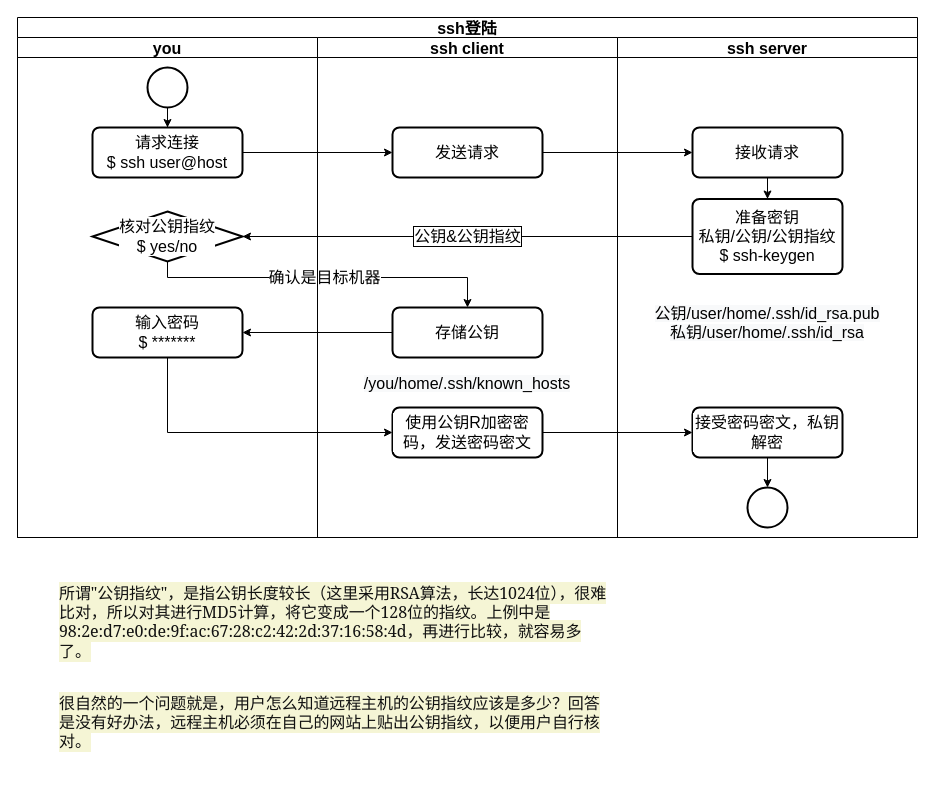
Above: ssh.drawio in RedFoxAtAsleep/app.diagram.net (draw.io), before the change. Source tidied: cells renumbered, new cells numbered last; positions are measured from the earlier drawing's top-left corner, leaving out a move shared by most shapes. Both pictures are drawn from the tidied source at 100%, with x=0, y=0 at pixel (17, 17).
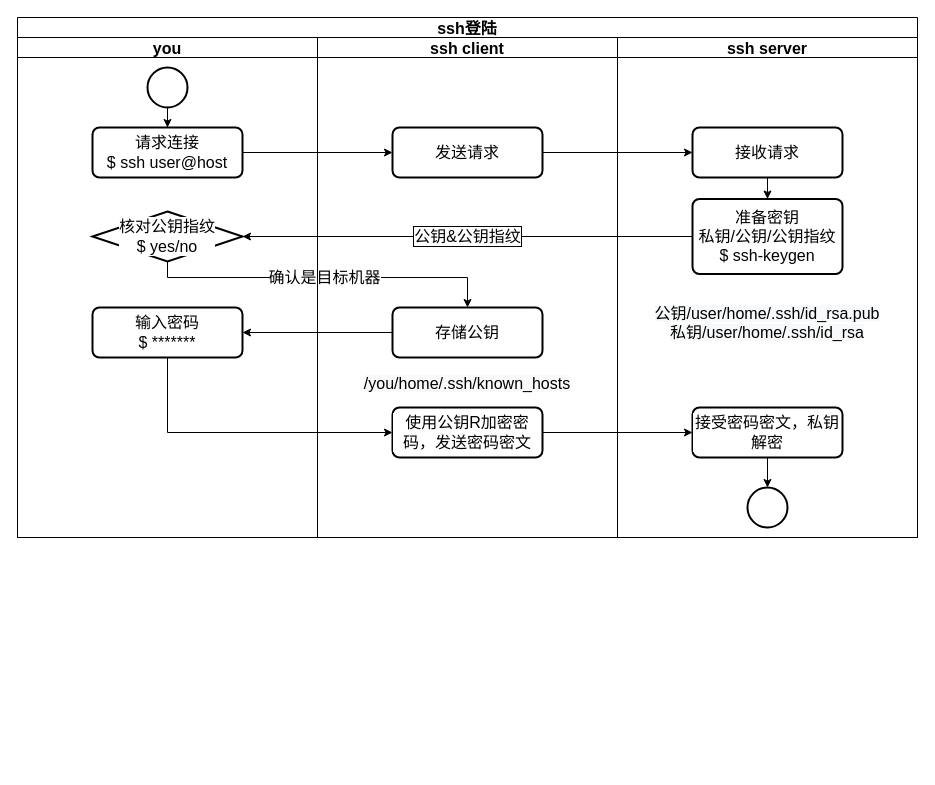
The same page after the edit.

What changed in the source:
```diff
@@
-    <mxCell id="29" value="&lt;span style=&quot;color: rgb(17, 17, 17); font-family: georgia, serif; font-size: 16px; font-style: normal; font-weight: 400; letter-spacing: -0.1px; text-align: left; text-indent: 0px; text-transform: none; word-spacing: 2px; background-color: rgb(245, 245, 213); display: inline; float: none;&quot;&gt;所谓&quot;公钥指纹&quot;，是指公钥长度较长（这里采用RSA算法，长达1024位），很难比对，所以对其进行MD5计算，将它变成一个128位的指纹。上例中是98:2e:d7:e0:de:9f:ac:67:28:c2:42:2d:37:16:58:4d，再进行比较，就容易多了。&lt;/span&gt;" style="text;whiteSpace=wrap;html=1;fontSize=16;fontColor=#007FFF;" parent="1" vertex="1">
-      <mxGeometry x="40" y="560" width="550" height="100" as="geometry" />
-    </mxCell>
-    <mxCell id="30" value="&lt;span style=&quot;color: rgb(17, 17, 17); font-family: georgia, serif; font-size: 16px; font-style: normal; font-weight: 400; letter-spacing: -0.1px; text-align: left; text-indent: 0px; text-transform: none; word-spacing: 2px; background-color: rgb(245, 245, 213); display: inline; float: none;&quot;&gt;很自然的一个问题就是，用户怎么知道远程主机的公钥指纹应该是多少？回答是没有好办法，远程主机必须在自己的网站上贴出公钥指纹，以便用户自行核对。&lt;/span&gt;" style="text;whiteSpace=wrap;html=1;fontSize=16;fontColor=#007FFF;" parent="1" vertex="1">
-      <mxGeometry x="40" y="670" width="550" height="80" as="geometry" />
-    </mxCell>
```
